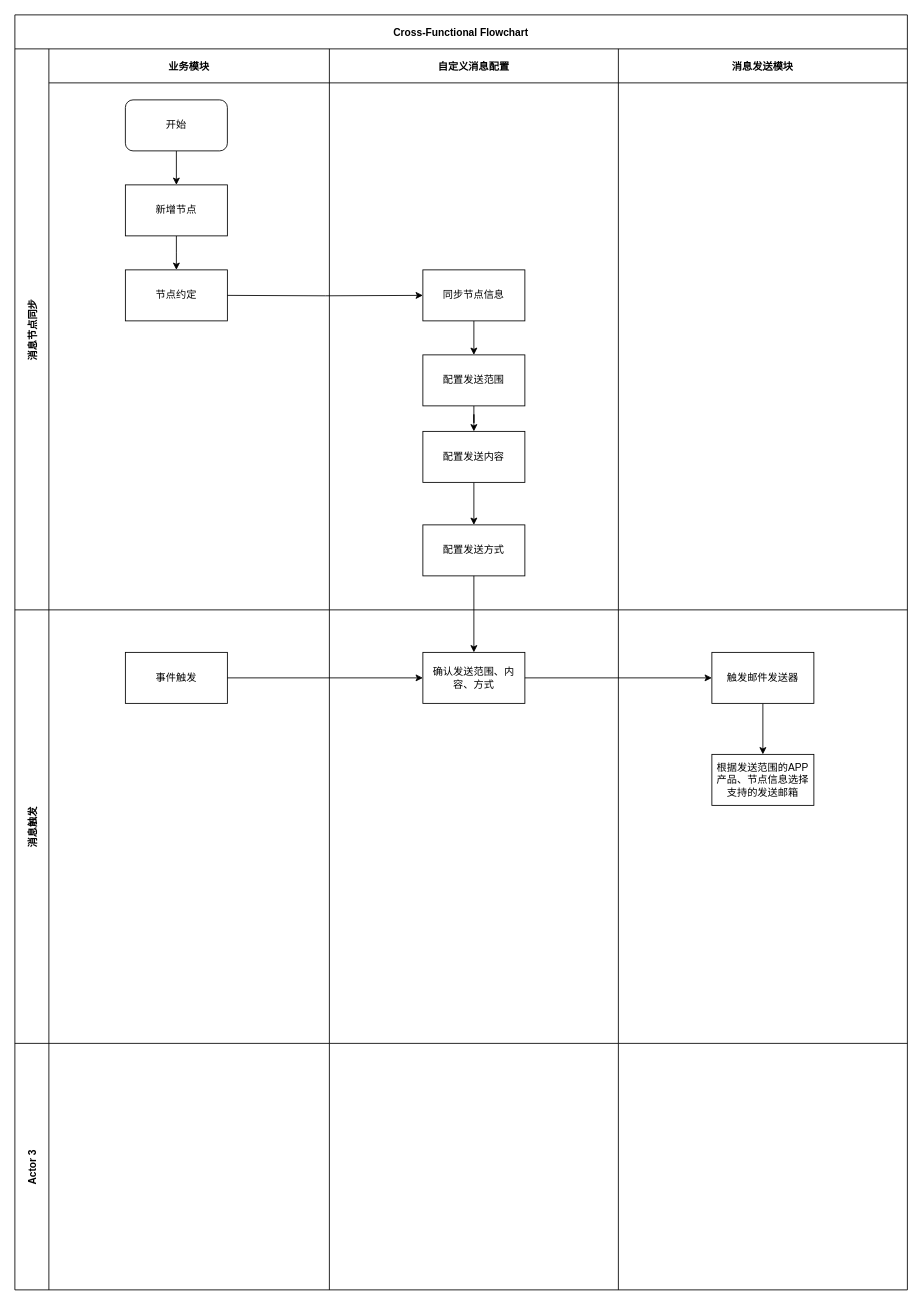
Aria0520/drawio-desktop keeps this draw.io diagram as page "邮件发送对接" (3 of 3) of 海外项目整体流程图.drawio. Above is the earlier version. Source tidied: cells renumbered, new cells numbered last; positions are measured from the earlier drawing's top-left corner, leaving out a move shared by most shapes. Both pictures are drawn from the tidied source at 85%, with x=0, y=0 at pixel (14, 14).
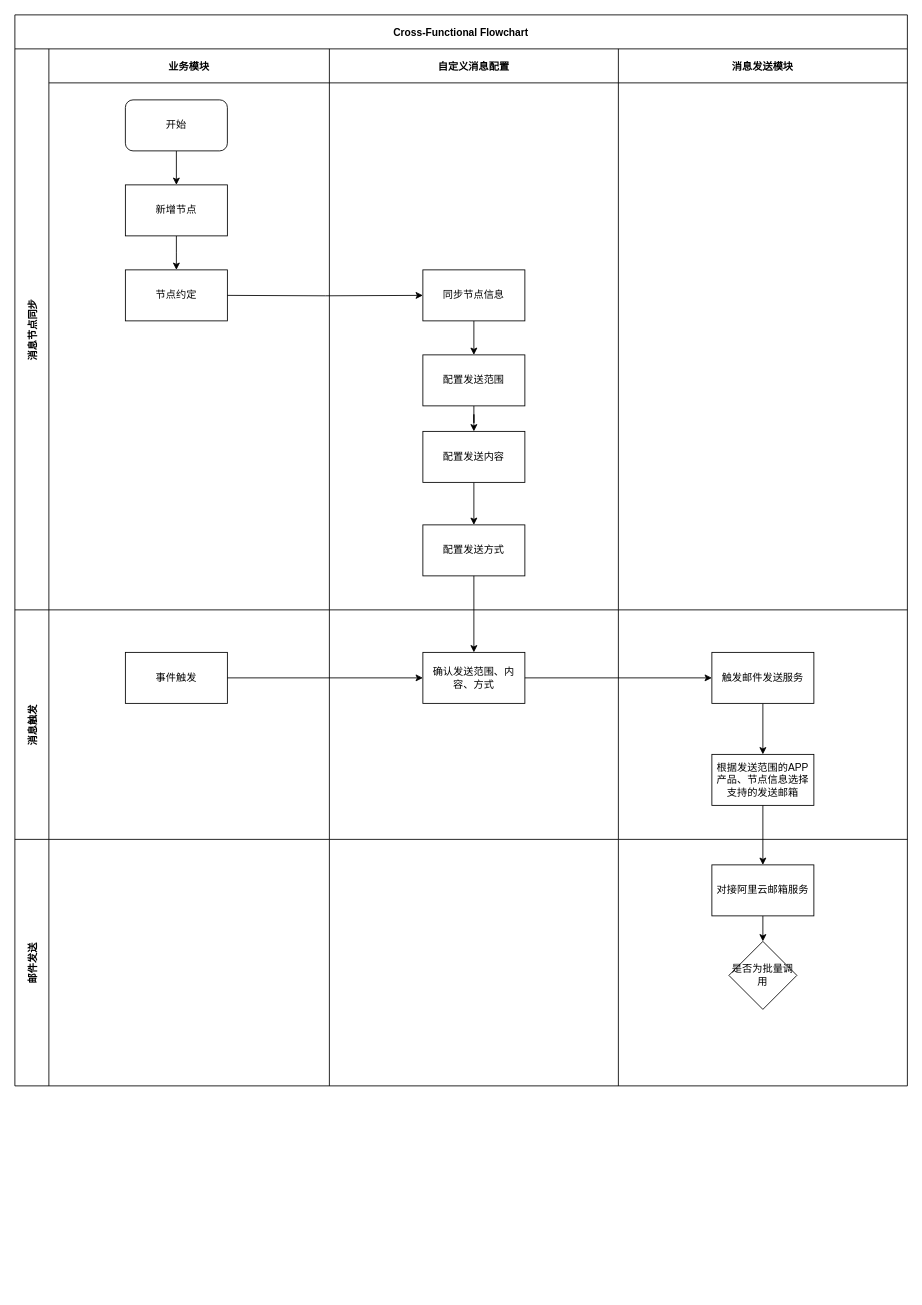
Above is the later version.

The change refers to these unchanged cells:
```xml
<mxCell id="28" value="根据发送范围的APP产品、节点信息选择支持的发送邮箱" style="whiteSpace=wrap;html=1;rounded=0;shadow=0;" parent="25" vertex="1">
  <mxGeometry x="110" y="170" width="120" height="60" as="geometry" />
</mxCell>
<mxCell id="34" style="swimlane;swimlaneHead=0;swimlaneBody=0;fontStyle=0;fillColor=none;startSize=0;fontStyle=1;shadow=0;" parent="31" vertex="1">
  <mxGeometry x="710" width="340" height="290" as="geometry" />
</mxCell>
```

Change to the diagram source:
```diff
@@
     <mxCell id="2" value="Cross-Functional Flowchart" style="shape=table;childLayout=tableLayout;startSize=40;fontStyle=1;shadow=0;" parent="1" vertex="1">
-      <mxGeometry width="1050" height="1500" as="geometry" />
+      <mxGeometry width="1050" height="1260" as="geometry" />
     </mxCell>
@@
     <mxCell id="20" value="消息触发" style="shape=tableRow;horizontal=0;startSize=40;swimlaneHead=0;swimlaneBody=0;top=0;left=0;bottom=0;right=0;fillColor=none;fontStyle=1;shadow=0;" parent="2" vertex="1">
-      <mxGeometry y="700" width="1050" height="510" as="geometry" />
+      <mxGeometry y="700" width="1050" height="270" as="geometry" />
     </mxCell>
     <mxCell id="21" style="swimlane;swimlaneHead=0;swimlaneBody=0;fontStyle=0;fillColor=none;startSize=0;fontStyle=1;shadow=0;" parent="20" vertex="1">
-      <mxGeometry x="40" width="330" height="510" as="geometry" />
+      <mxGeometry x="40" width="330" height="270" as="geometry" />
     </mxCell>
@@
     <mxCell id="23" style="swimlane;swimlaneHead=0;swimlaneBody=0;fontStyle=0;fillColor=none;startSize=0;fontStyle=1;shadow=0;" parent="20" vertex="1">
-      <mxGeometry x="370" width="340" height="510" as="geometry" />
+      <mxGeometry x="370" width="340" height="270" as="geometry" />
     </mxCell>
@@
     <mxCell id="25" style="swimlane;swimlaneHead=0;swimlaneBody=0;fontStyle=0;fillColor=none;startSize=0;fontStyle=1;shadow=0;" parent="20" vertex="1">
-      <mxGeometry x="710" width="340" height="510" as="geometry" />
+      <mxGeometry x="710" width="340" height="270" as="geometry" />
     </mxCell>
@@
-    <mxCell id="27" value="触发邮件发送器" style="whiteSpace=wrap;html=1;rounded=0;shadow=0;" parent="25" vertex="1">
+    <mxCell id="27" value="触发邮件发送服务" style="whiteSpace=wrap;html=1;rounded=0;shadow=0;" parent="25" vertex="1">
       <mxGeometry x="110" y="50" width="120" height="60" as="geometry" />
     </mxCell>
@@
-    <mxCell id="31" value="Actor 3" style="shape=tableRow;horizontal=0;startSize=40;swimlaneHead=0;swimlaneBody=0;top=0;left=0;bottom=0;right=0;fillColor=none;fontStyle=1;shadow=0;" parent="2" vertex="1">
-      <mxGeometry y="1210" width="1050" height="290" as="geometry" />
+    <mxCell id="31" value="邮件发送" style="shape=tableRow;horizontal=0;startSize=40;swimlaneHead=0;swimlaneBody=0;top=0;left=0;bottom=0;right=0;fillColor=none;fontStyle=1;shadow=0;" parent="2" vertex="1">
+      <mxGeometry y="970" width="1050" height="290" as="geometry" />
     </mxCell>
@@
+    <mxCell id="38" style="edgeStyle=orthogonalEdgeStyle;rounded=0;jettySize=auto;html=1;exitX=0.5;exitY=1;exitDx=0;exitDy=0;entryX=0.5;entryY=0;entryDx=0;entryDy=0;" parent="34" edge="1" source="39" target="40">
+      <mxGeometry relative="1" as="geometry" />
+    </mxCell>
+    <mxCell id="39" value="对接阿里云邮箱服务" style="whiteSpace=wrap;html=1;rounded=0;shadow=0;" parent="34" vertex="1">
+      <mxGeometry x="110" y="30" width="120" height="60" as="geometry" />
+    </mxCell>
+    <mxCell id="40" value="是否为批量调用" style="rhombus;whiteSpace=wrap;html=1;" parent="34" vertex="1">
+      <mxGeometry x="130" y="120" width="80" height="80" as="geometry" />
+    </mxCell>
@@
+    <mxCell id="41" style="edgeStyle=orthogonalEdgeStyle;rounded=0;jettySize=auto;html=1;exitX=0.5;exitY=1;exitDx=0;exitDy=0;" parent="2" edge="1" source="28" target="39">
+      <mxGeometry relative="1" as="geometry" />
+    </mxCell>
```
